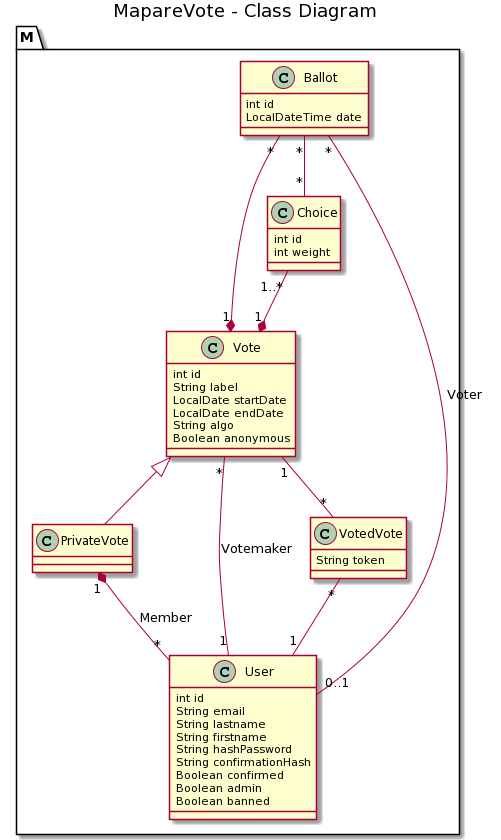
Before: UML/MapareVoteClass.png, a diagram exported from PlantUML (dptinfoutln/MapareVote).
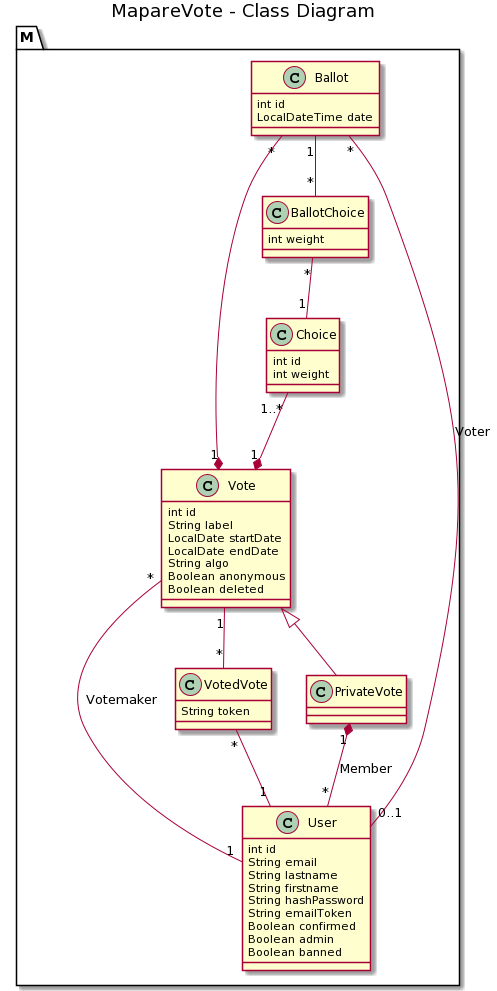
Above is the later version.

The edit, as a diff of the source:
```diff
@@ -9,6 +9,7 @@
         LocalDate endDate
         String algo
         Boolean anonymous
+        Boolean deleted
     }
 
     class PrivateVote
@@ -29,7 +30,7 @@
         String lastname
         String firstname
         String hashPassword
-        String confirmationHash
+        String emailToken
         Boolean confirmed
         Boolean admin
         Boolean banned
@@ -38,12 +39,17 @@
     class VotedVote {
         String token
     }
+
+    class BallotChoice {
+        int weight
+    }
 }
 
 
 Choice "1..*" --* "1" Vote
 Ballot "*" --* "1" Vote
-Ballot "*" -- "*" Choice
+Ballot "1" -- "*" BallotChoice
+BallotChoice "*" -- "1" Choice
 Ballot "*" -- "0..1" User:Voter
 Vote "*" --- "1" User:Votemaker
 PrivateVote "1" *-- "*" User:Member
```
